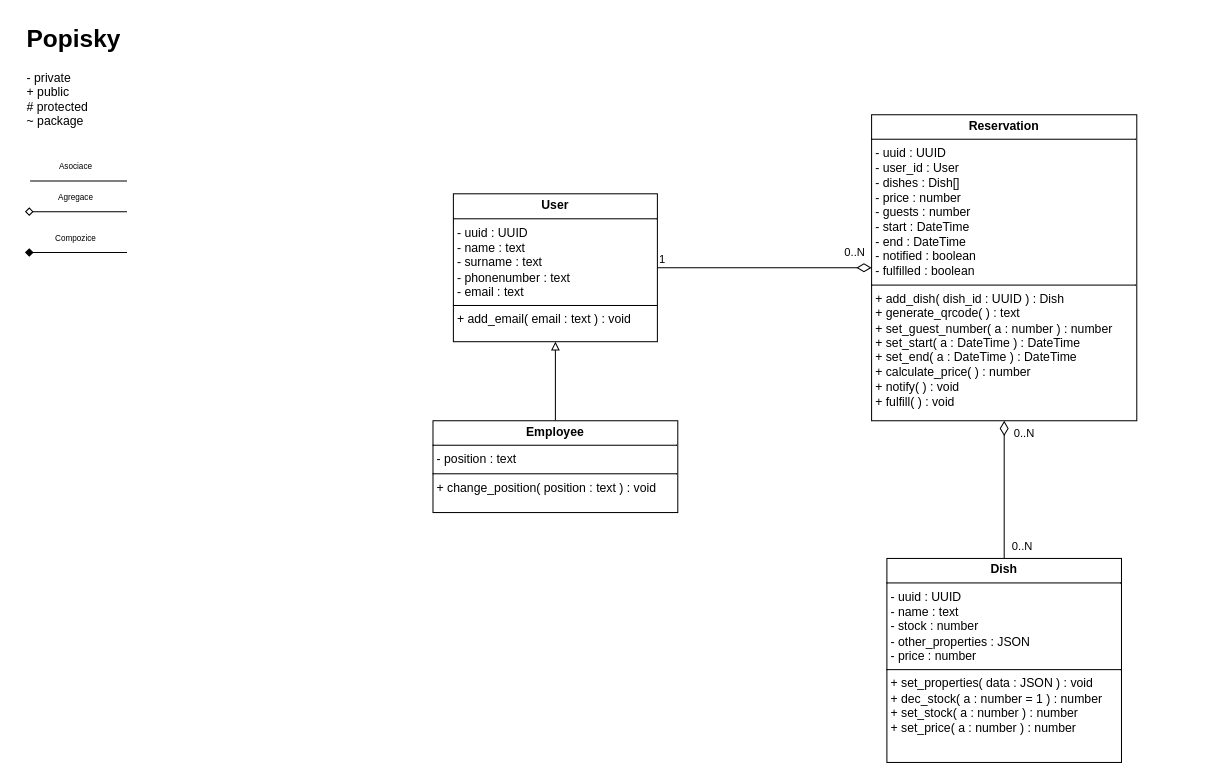
Above: page "Třídové diagramy" (2 of 2) of Diagram.drawio in LPbigFish/SWI-Projekt (draw.io), before the change. Source tidied: cells renumbered, new cells numbered last; positions are measured from the earlier drawing's top-left corner, leaving out a move shared by most shapes. Both pictures are drawn from the tidied source at 102%, with x=0, y=0 at pixel (24, 17).
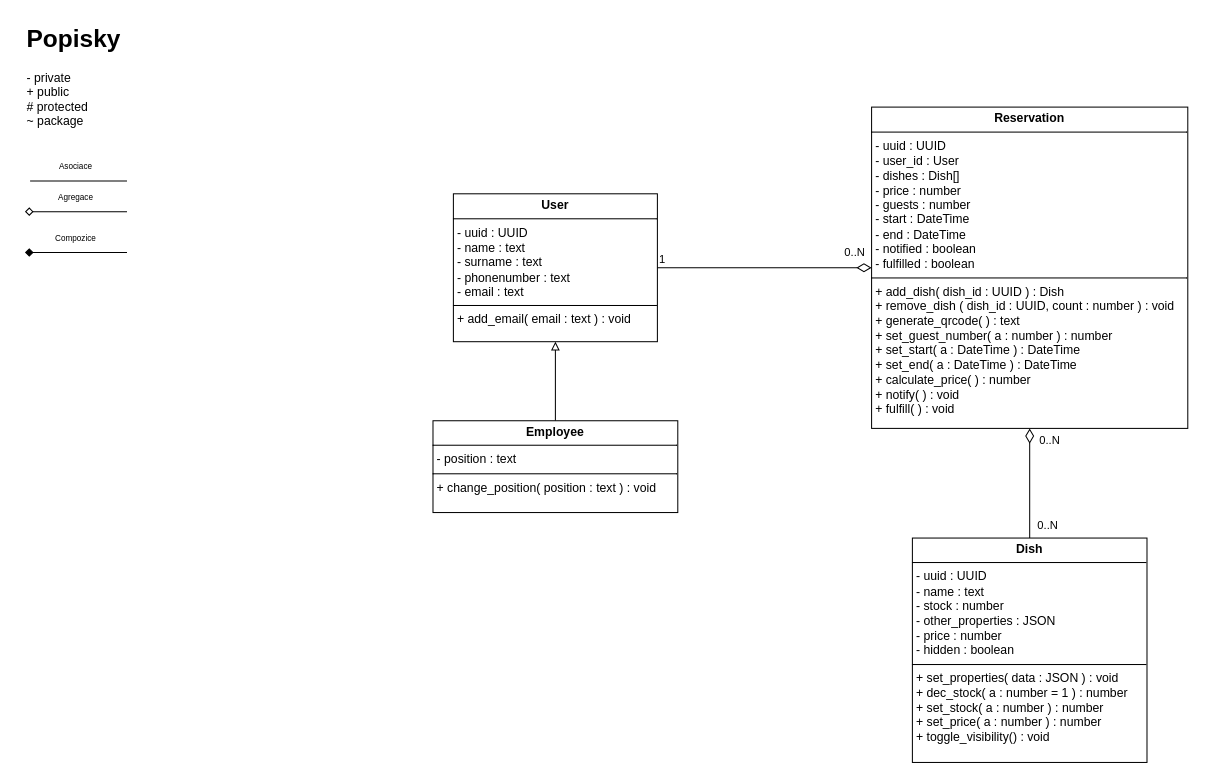
Above is the later version.

Change to the diagram source:
```diff
@@
-    <mxCell id="11" value="&lt;p style=&quot;margin:0px;margin-top:4px;text-align:center;&quot;&gt;&lt;b&gt;Dish&lt;/b&gt;&lt;/p&gt;&lt;hr size=&quot;1&quot; style=&quot;border-style:solid;&quot;&gt;&lt;p style=&quot;margin:0px;margin-left:4px;&quot;&gt;- uuid : UUID&lt;/p&gt;&lt;p style=&quot;margin:0px;margin-left:4px;&quot;&gt;- name : text&lt;/p&gt;&lt;p style=&quot;margin:0px;margin-left:4px;&quot;&gt;- stock : number&lt;/p&gt;&lt;p style=&quot;margin:0px;margin-left:4px;&quot;&gt;- other_properties : JSON&lt;/p&gt;&lt;p style=&quot;margin:0px;margin-left:4px;&quot;&gt;- price : number&lt;/p&gt;&lt;hr size=&quot;1&quot; style=&quot;border-style:solid;&quot;&gt;&lt;p style=&quot;margin:0px;margin-left:4px;&quot;&gt;+ set_properties( data : JSON ) : void&lt;/p&gt;&lt;p style=&quot;margin:0px;margin-left:4px;&quot;&gt;+ dec_stock( a : number = 1 ) : number&lt;/p&gt;&lt;p style=&quot;margin:0px;margin-left:4px;&quot;&gt;+ set_stock( a : number ) : number&lt;/p&gt;&lt;p style=&quot;margin:0px;margin-left:4px;&quot;&gt;+ set_price( a : number ) : number&lt;/p&gt;" style="verticalAlign=top;align=left;overflow=fill;html=1;whiteSpace=wrap;" parent="1" vertex="1">
-      <mxGeometry x="845" y="530" width="230" height="200" as="geometry" />
+    <mxCell id="11" value="&lt;p style=&quot;margin:0px;margin-top:4px;text-align:center;&quot;&gt;&lt;b&gt;Dish&lt;/b&gt;&lt;/p&gt;&lt;hr size=&quot;1&quot; style=&quot;border-style:solid;&quot;&gt;&lt;p style=&quot;margin:0px;margin-left:4px;&quot;&gt;- uuid : UUID&lt;/p&gt;&lt;p style=&quot;margin:0px;margin-left:4px;&quot;&gt;- name : text&lt;/p&gt;&lt;p style=&quot;margin:0px;margin-left:4px;&quot;&gt;- stock : number&lt;/p&gt;&lt;p style=&quot;margin:0px;margin-left:4px;&quot;&gt;- other_properties : JSON&lt;/p&gt;&lt;p style=&quot;margin:0px;margin-left:4px;&quot;&gt;- price : number&lt;/p&gt;&lt;p style=&quot;margin:0px;margin-left:4px;&quot;&gt;- hidden : boolean&lt;/p&gt;&lt;hr size=&quot;1&quot; style=&quot;border-style:solid;&quot;&gt;&lt;p style=&quot;margin:0px;margin-left:4px;&quot;&gt;+ set_properties( data : JSON ) : void&lt;/p&gt;&lt;p style=&quot;margin:0px;margin-left:4px;&quot;&gt;+ dec_stock( a : number = 1 ) : number&lt;/p&gt;&lt;p style=&quot;margin:0px;margin-left:4px;&quot;&gt;+ set_stock( a : number ) : number&lt;/p&gt;&lt;p style=&quot;margin:0px;margin-left:4px;&quot;&gt;+ set_price( a : number ) : number&lt;/p&gt;&lt;p style=&quot;margin:0px;margin-left:4px;&quot;&gt;+ toggle_visibility() : void&lt;/p&gt;" style="verticalAlign=top;align=left;overflow=fill;html=1;whiteSpace=wrap;" parent="1" vertex="1">
+      <mxGeometry x="870" y="510" width="230" height="220" as="geometry" />
     </mxCell>
-    <mxCell id="12" value="&lt;p style=&quot;margin:0px;margin-top:4px;text-align:center;&quot;&gt;&lt;b&gt;Reservation&lt;/b&gt;&lt;/p&gt;&lt;hr size=&quot;1&quot; style=&quot;border-style:solid;&quot;&gt;&lt;p style=&quot;margin:0px;margin-left:4px;&quot;&gt;- uuid : UUID&lt;/p&gt;&lt;p style=&quot;margin:0px;margin-left:4px;&quot;&gt;- user_id : User&lt;/p&gt;&lt;p style=&quot;margin:0px;margin-left:4px;&quot;&gt;- dishes : Dish[]&lt;/p&gt;&lt;p style=&quot;margin:0px;margin-left:4px;&quot;&gt;- price : number&lt;/p&gt;&lt;p style=&quot;margin:0px;margin-left:4px;&quot;&gt;- guests : number&lt;/p&gt;&lt;p style=&quot;margin:0px;margin-left:4px;&quot;&gt;- start : DateTime&lt;/p&gt;&lt;p style=&quot;margin:0px;margin-left:4px;&quot;&gt;- end : DateTime&lt;/p&gt;&lt;p style=&quot;margin:0px;margin-left:4px;&quot;&gt;- notified : boolean&lt;/p&gt;&lt;p style=&quot;margin:0px;margin-left:4px;&quot;&gt;- fulfilled : boolean&lt;/p&gt;&lt;hr size=&quot;1&quot; style=&quot;border-style:solid;&quot;&gt;&lt;p style=&quot;margin:0px;margin-left:4px;&quot;&gt;+ add_dish( dish_id : UUID ) : Dish&lt;/p&gt;&lt;p style=&quot;margin:0px;margin-left:4px;&quot;&gt;+ generate_qrcode( ) : text&lt;/p&gt;&lt;p style=&quot;margin:0px;margin-left:4px;&quot;&gt;+ set_guest_number( a : number ) : number&lt;/p&gt;&lt;p style=&quot;margin:0px;margin-left:4px;&quot;&gt;+ set_start( a : DateTime ) : DateTime&lt;/p&gt;&lt;p style=&quot;margin:0px;margin-left:4px;&quot;&gt;+ set_end( a : DateTime ) : DateTime&lt;/p&gt;&lt;p style=&quot;margin:0px;margin-left:4px;&quot;&gt;+ calculate_price( ) : number&lt;/p&gt;&lt;p style=&quot;margin:0px;margin-left:4px;&quot;&gt;+ notify( ) : void&lt;/p&gt;&lt;p style=&quot;margin:0px;margin-left:4px;&quot;&gt;+ fulfill( ) : void&lt;/p&gt;" style="verticalAlign=top;align=left;overflow=fill;html=1;whiteSpace=wrap;" parent="1" vertex="1">
-      <mxGeometry x="830" y="95" width="260" height="300" as="geometry" />
+    <mxCell id="12" value="&lt;p style=&quot;margin:0px;margin-top:4px;text-align:center;&quot;&gt;&lt;b&gt;Reservation&lt;/b&gt;&lt;/p&gt;&lt;hr size=&quot;1&quot; style=&quot;border-style:solid;&quot;&gt;&lt;p style=&quot;margin:0px;margin-left:4px;&quot;&gt;- uuid : UUID&lt;/p&gt;&lt;p style=&quot;margin:0px;margin-left:4px;&quot;&gt;- user_id : User&lt;/p&gt;&lt;p style=&quot;margin:0px;margin-left:4px;&quot;&gt;- dishes : Dish[]&lt;/p&gt;&lt;p style=&quot;margin:0px;margin-left:4px;&quot;&gt;- price : number&lt;/p&gt;&lt;p style=&quot;margin:0px;margin-left:4px;&quot;&gt;- guests : number&lt;/p&gt;&lt;p style=&quot;margin:0px;margin-left:4px;&quot;&gt;- start : DateTime&lt;/p&gt;&lt;p style=&quot;margin:0px;margin-left:4px;&quot;&gt;- end : DateTime&lt;/p&gt;&lt;p style=&quot;margin:0px;margin-left:4px;&quot;&gt;- notified : boolean&lt;/p&gt;&lt;p style=&quot;margin:0px;margin-left:4px;&quot;&gt;- fulfilled : boolean&lt;/p&gt;&lt;hr size=&quot;1&quot; style=&quot;border-style:solid;&quot;&gt;&lt;p style=&quot;margin:0px;margin-left:4px;&quot;&gt;+ add_dish( dish_id : UUID ) : Dish&lt;/p&gt;&lt;p style=&quot;margin:0px;margin-left:4px;&quot;&gt;+ remove_dish ( dish_id : UUID, count : number ) : void&lt;/p&gt;&lt;p style=&quot;margin:0px;margin-left:4px;&quot;&gt;+ generate_qrcode( ) : text&lt;/p&gt;&lt;p style=&quot;margin:0px;margin-left:4px;&quot;&gt;+ set_guest_number( a : number ) : number&lt;/p&gt;&lt;p style=&quot;margin:0px;margin-left:4px;&quot;&gt;+ set_start( a : DateTime ) : DateTime&lt;/p&gt;&lt;p style=&quot;margin:0px;margin-left:4px;&quot;&gt;+ set_end( a : DateTime ) : DateTime&lt;/p&gt;&lt;p style=&quot;margin:0px;margin-left:4px;&quot;&gt;+ calculate_price( ) : number&lt;/p&gt;&lt;p style=&quot;margin:0px;margin-left:4px;&quot;&gt;+ notify( ) : void&lt;/p&gt;&lt;p style=&quot;margin:0px;margin-left:4px;&quot;&gt;+ fulfill( ) : void&lt;/p&gt;" style="verticalAlign=top;align=left;overflow=fill;html=1;whiteSpace=wrap;" parent="1" vertex="1">
+      <mxGeometry x="830" y="87.5" width="310" height="315" as="geometry" />
     </mxCell>
@@
-    <mxCell id="14" style="endArrow=diamondThin;html=1;rounded=0;entryX=0.5;entryY=1;entryDx=0;entryDy=0;exitX=0.5;exitY=0;exitDx=0;exitDy=0;endFill=0;endSize=12;" parent="1" edge="1" source="11" target="12">
+    <mxCell id="14" style="endArrow=diamondThin;html=1;rounded=0;entryX=0.5;entryY=1;entryDx=0;entryDy=0;endFill=0;endSize=12;exitX=0.5;exitY=0;exitDx=0;exitDy=0;" parent="1" edge="1" source="11" target="12">
       <mxGeometry relative="1" as="geometry" />
     </mxCell>
```
